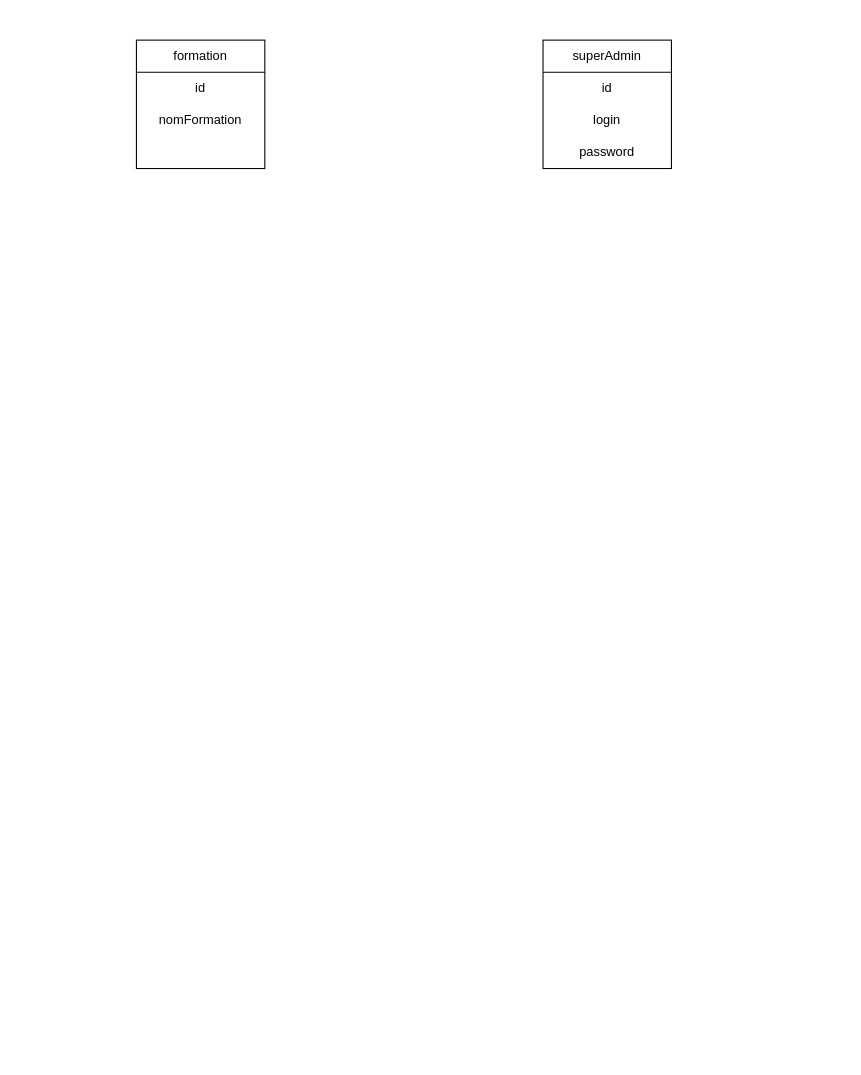
The draw.io diagram Diagramme sans nom.drawio in Lvmzoo-Dev/hackaton_gomycode, before the edit. Source tidied: cells renumbered, new cells numbered last; positions are measured from the earlier drawing's top-left corner, leaving out a move shared by most shapes. Both pictures are drawn from the tidied source at 107%, with x=0, y=0 at pixel (136, 40).
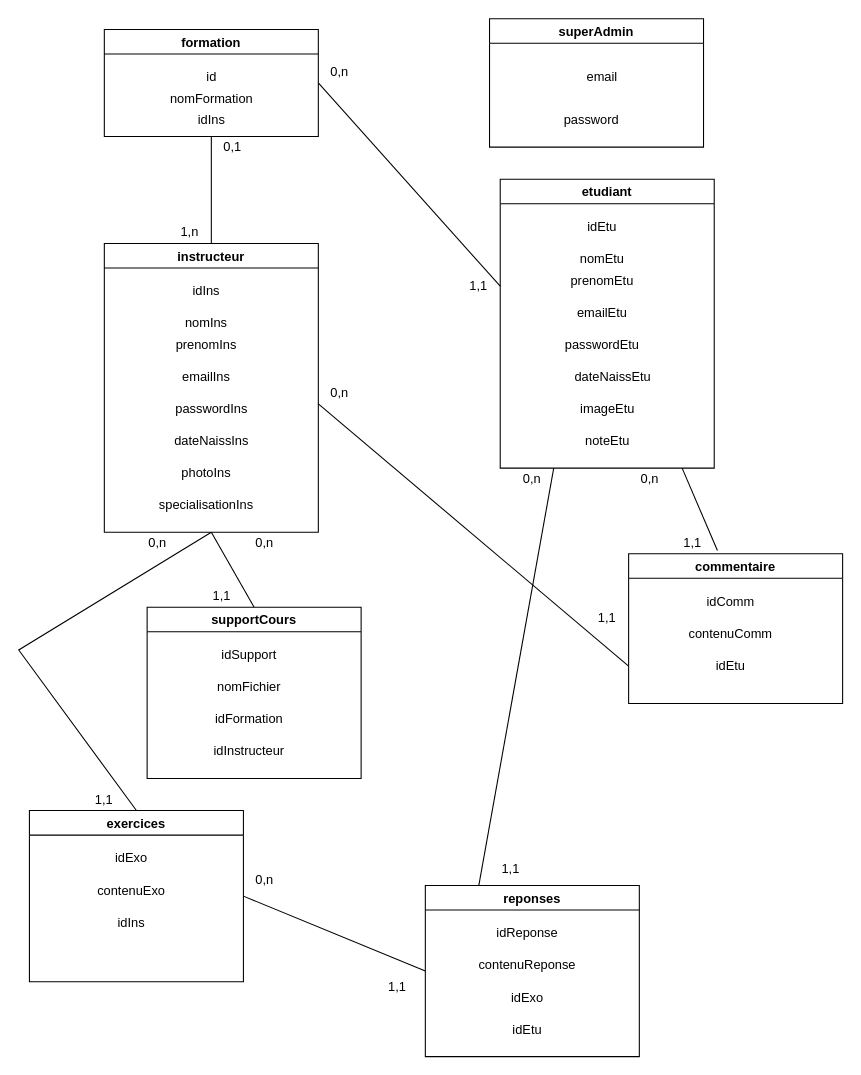
The same diagram, later.

Commit message:
Mettre à jour Diagramme.drawio

What changed in the source:
```diff
@@
-    <mxCell id="2" style="whiteSpace=wrap;html=1;" parent="1" vertex="1">
-      <mxGeometry width="120" height="120" as="geometry" />
-    </mxCell>
-    <mxCell id="3" value="formation" style="text;html=1;strokeColor=none;fillColor=none;align=center;verticalAlign=middle;whiteSpace=wrap;rounded=0;" parent="1" vertex="1">
-      <mxGeometry x="30" width="60" height="30" as="geometry" />
+    <mxCell id="3" value="formation" style="swimlane;" parent="1" vertex="1">
+      <mxGeometry x="-30" y="-10" width="200" height="100" as="geometry" />
     </mxCell>
-    <mxCell id="4" value="id" style="text;html=1;strokeColor=none;fillColor=none;align=center;verticalAlign=middle;whiteSpace=wrap;rounded=0;" parent="1" vertex="1">
-      <mxGeometry x="30" y="30" width="60" height="30" as="geometry" />
-    </mxCell>
-    <mxCell id="5" value="nomFormation" style="text;html=1;strokeColor=none;fillColor=none;align=center;verticalAlign=middle;whiteSpace=wrap;rounded=0;" parent="1" vertex="1">
-      <mxGeometry x="30" y="60" width="60" height="30" as="geometry" />
+    <mxCell id="5" value="nomFormation" style="text;html=1;align=center;verticalAlign=middle;strokeColor=none;fillColor=none;" parent="3" vertex="1">
+      <mxGeometry x="50" y="50" width="100" height="30" as="geometry" />
     </mxCell>
-    <mxCell id="6" style="endArrow=none;html=1;rounded=0;entryX=1;entryY=0.25;entryDx=0;entryDy=0;exitX=0;exitY=0.25;exitDx=0;exitDy=0;" parent="1" edge="1" source="2" target="2">
-      <mxGeometry relative="1" as="geometry" />
-    </mxCell>
-    <mxCell id="7" style="whiteSpace=wrap;html=1;" parent="1" vertex="1">
-      <mxGeometry x="380" width="120" height="120" as="geometry" />
-    </mxCell>
+    <mxCell id="13" value="id" style="text;html=1;align=center;verticalAlign=middle;strokeColor=none;fillColor=none;" parent="3" vertex="1">
+      <mxGeometry x="85" y="30" width="30" height="30" as="geometry" />
+    </mxCell>
+    <mxCell id="14" value="idIns" style="text;html=1;align=center;verticalAlign=middle;strokeColor=none;fillColor=none;" parent="3" vertex="1">
+      <mxGeometry x="75" y="70" width="50" height="30" as="geometry" />
+    </mxCell>
-    <mxCell id="8" value="superAdmin" style="text;html=1;strokeColor=none;fillColor=none;align=center;verticalAlign=middle;whiteSpace=wrap;rounded=0;" parent="1" vertex="1">
-      <mxGeometry x="410" width="60" height="30" as="geometry" />
+    <mxCell id="8" value="superAdmin" style="swimlane;" parent="1" vertex="1">
+      <mxGeometry x="330" y="-20" width="200" height="120" as="geometry" />
     </mxCell>
-    <mxCell id="9" value="login" style="text;html=1;strokeColor=none;fillColor=none;align=center;verticalAlign=middle;whiteSpace=wrap;rounded=0;" parent="1" vertex="1">
-      <mxGeometry x="410" y="60" width="60" height="30" as="geometry" />
-    </mxCell>
-    <mxCell id="10" value="id" style="text;html=1;strokeColor=none;fillColor=none;align=center;verticalAlign=middle;whiteSpace=wrap;rounded=0;" parent="1" vertex="1">
-      <mxGeometry x="410" y="30" width="60" height="30" as="geometry" />
-    </mxCell>
-    <mxCell id="11" style="endArrow=none;html=1;rounded=0;entryX=1;entryY=0.25;entryDx=0;entryDy=0;exitX=0;exitY=0.25;exitDx=0;exitDy=0;" parent="1" edge="1">
-      <mxGeometry relative="1" as="geometry">
-        <mxPoint x="380" y="30" as="sourcePoint" />
-        <mxPoint x="500" y="30" as="targetPoint" />
-      </mxGeometry>
-    </mxCell>
+    <mxCell id="15" value="email" style="text;html=1;align=center;verticalAlign=middle;strokeColor=none;fillColor=none;" parent="8" vertex="1">
+      <mxGeometry x="80" y="40" width="50" height="30" as="geometry" />
+    </mxCell>
-    <mxCell id="12" value="password" style="text;html=1;strokeColor=none;fillColor=none;align=center;verticalAlign=middle;whiteSpace=wrap;rounded=0;" parent="1" vertex="1">
-      <mxGeometry x="410" y="90" width="60" height="30" as="geometry" />
+    <mxCell id="12" value="password" style="text;html=1;align=center;verticalAlign=middle;strokeColor=none;fillColor=none;" parent="8" vertex="1">
+      <mxGeometry x="60" y="80" width="70" height="30" as="geometry" />
     </mxCell>
+    <mxCell id="16" value="instructeur" style="swimlane;" parent="1" vertex="1">
+      <mxGeometry x="-30" y="190" width="200" height="270" as="geometry" />
+    </mxCell>
+    <mxCell id="17" value="idIns" style="text;html=1;align=center;verticalAlign=middle;strokeColor=none;fillColor=none;" parent="16" vertex="1">
+      <mxGeometry x="70" y="30" width="50" height="30" as="geometry" />
+    </mxCell>
+    <mxCell id="18" value="nomIns" style="text;html=1;align=center;verticalAlign=middle;strokeColor=none;fillColor=none;" parent="16" vertex="1">
+      <mxGeometry x="65" y="60" width="60" height="30" as="geometry" />
+    </mxCell>
+    <mxCell id="19" value="prenomIns" style="text;html=1;align=center;verticalAlign=middle;strokeColor=none;fillColor=none;" parent="16" vertex="1">
+      <mxGeometry x="55" y="80" width="80" height="30" as="geometry" />
+    </mxCell>
+    <mxCell id="20" value="emailIns" style="text;html=1;align=center;verticalAlign=middle;strokeColor=none;fillColor=none;" parent="16" vertex="1">
+      <mxGeometry x="60" y="110" width="70" height="30" as="geometry" />
+    </mxCell>
+    <mxCell id="21" value="dateNaissIns" style="text;html=1;align=center;verticalAlign=middle;strokeColor=none;fillColor=none;" parent="16" vertex="1">
+      <mxGeometry x="55" y="170" width="90" height="30" as="geometry" />
+    </mxCell>
+    <mxCell id="22" value="photoIns" style="text;html=1;align=center;verticalAlign=middle;strokeColor=none;fillColor=none;" parent="16" vertex="1">
+      <mxGeometry x="60" y="200" width="70" height="30" as="geometry" />
+    </mxCell>
+    <mxCell id="23" value="specialisationIns" style="text;html=1;align=center;verticalAlign=middle;strokeColor=none;fillColor=none;" parent="16" vertex="1">
+      <mxGeometry x="40" y="230" width="110" height="30" as="geometry" />
+    </mxCell>
+    <mxCell id="24" value="passwordIns" style="text;html=1;align=center;verticalAlign=middle;strokeColor=none;fillColor=none;" parent="16" vertex="1">
+      <mxGeometry x="55" y="140" width="90" height="30" as="geometry" />
+    </mxCell>
+    <mxCell id="25" value="etudiant" style="swimlane;" parent="1" vertex="1">
+      <mxGeometry x="340" y="130" width="200" height="270" as="geometry" />
+    </mxCell>
+    <mxCell id="26" value="idEtu" style="text;html=1;align=center;verticalAlign=middle;strokeColor=none;fillColor=none;" parent="25" vertex="1">
+      <mxGeometry x="70" y="30" width="50" height="30" as="geometry" />
+    </mxCell>
+    <mxCell id="27" value="nomEtu" style="text;html=1;align=center;verticalAlign=middle;strokeColor=none;fillColor=none;" parent="25" vertex="1">
+      <mxGeometry x="65" y="60" width="60" height="30" as="geometry" />
+    </mxCell>
+    <mxCell id="28" value="prenomEtu" style="text;html=1;align=center;verticalAlign=middle;strokeColor=none;fillColor=none;" parent="25" vertex="1">
+      <mxGeometry x="55" y="80" width="80" height="30" as="geometry" />
+    </mxCell>
+    <mxCell id="29" value="emailEtu" style="text;html=1;align=center;verticalAlign=middle;strokeColor=none;fillColor=none;" parent="25" vertex="1">
+      <mxGeometry x="60" y="110" width="70" height="30" as="geometry" />
+    </mxCell>
+    <mxCell id="30" value="dateNaissEtu" style="text;html=1;align=center;verticalAlign=middle;strokeColor=none;fillColor=none;" parent="25" vertex="1">
+      <mxGeometry x="60" y="170" width="90" height="30" as="geometry" />
+    </mxCell>
+    <mxCell id="31" value="imageEtu" style="text;html=1;align=center;verticalAlign=middle;strokeColor=none;fillColor=none;" parent="25" vertex="1">
+      <mxGeometry x="65" y="200" width="70" height="30" as="geometry" />
+    </mxCell>
+    <mxCell id="32" value="noteEtu" style="text;html=1;align=center;verticalAlign=middle;strokeColor=none;fillColor=none;" parent="25" vertex="1">
+      <mxGeometry x="70" y="230" width="60" height="30" as="geometry" />
+    </mxCell>
+    <mxCell id="33" value="passwordEtu" style="text;html=1;align=center;verticalAlign=middle;strokeColor=none;fillColor=none;" parent="25" vertex="1">
+      <mxGeometry x="50" y="140" width="90" height="30" as="geometry" />
+    </mxCell>
+    <mxCell id="34" value="supportCours" style="swimlane;" parent="1" vertex="1">
+      <mxGeometry x="10" y="530" width="200" height="160" as="geometry" />
+    </mxCell>
+    <mxCell id="35" value="idSupport" style="text;html=1;align=center;verticalAlign=middle;strokeColor=none;fillColor=none;" parent="34" vertex="1">
+      <mxGeometry x="60" y="30" width="70" height="30" as="geometry" />
+    </mxCell>
+    <mxCell id="36" value="nomFichier" style="text;html=1;align=center;verticalAlign=middle;strokeColor=none;fillColor=none;" parent="34" vertex="1">
+      <mxGeometry x="55" y="60" width="80" height="30" as="geometry" />
+    </mxCell>
+    <mxCell id="37" value="idFormation" style="text;html=1;align=center;verticalAlign=middle;strokeColor=none;fillColor=none;" parent="34" vertex="1">
+      <mxGeometry x="50" y="90" width="90" height="30" as="geometry" />
+    </mxCell>
+    <mxCell id="38" value="idInstructeur" style="text;html=1;align=center;verticalAlign=middle;strokeColor=none;fillColor=none;" parent="34" vertex="1">
+      <mxGeometry x="50" y="120" width="90" height="30" as="geometry" />
+    </mxCell>
+    <mxCell id="39" value="commentaire" style="swimlane;" parent="1" vertex="1">
+      <mxGeometry x="460" y="480" width="200" height="140" as="geometry" />
+    </mxCell>
+    <mxCell id="40" value="idComm" style="text;html=1;align=center;verticalAlign=middle;strokeColor=none;fillColor=none;" parent="39" vertex="1">
+      <mxGeometry x="60" y="30" width="70" height="30" as="geometry" />
+    </mxCell>
+    <mxCell id="41" value="contenuComm" style="text;html=1;align=center;verticalAlign=middle;strokeColor=none;fillColor=none;" parent="39" vertex="1">
+      <mxGeometry x="45" y="60" width="100" height="30" as="geometry" />
+    </mxCell>
+    <mxCell id="42" value="idEtu" style="text;html=1;align=center;verticalAlign=middle;strokeColor=none;fillColor=none;" parent="39" vertex="1">
+      <mxGeometry x="70" y="90" width="50" height="30" as="geometry" />
+    </mxCell>
+    <mxCell id="43" value="exercices" style="swimlane;" parent="1" vertex="1">
+      <mxGeometry x="-100" y="720" width="200" height="160" as="geometry" />
+    </mxCell>
+    <mxCell id="44" value="idExo" style="text;html=1;align=center;verticalAlign=middle;strokeColor=none;fillColor=none;" parent="43" vertex="1">
+      <mxGeometry x="70" y="30" width="50" height="30" as="geometry" />
+    </mxCell>
+    <mxCell id="45" value="contenuExo" style="text;html=1;align=center;verticalAlign=middle;strokeColor=none;fillColor=none;" parent="43" vertex="1">
+      <mxGeometry x="50" y="60" width="90" height="30" as="geometry" />
+    </mxCell>
+    <mxCell id="46" value="idIns" style="text;html=1;align=center;verticalAlign=middle;strokeColor=none;fillColor=none;" parent="43" vertex="1">
+      <mxGeometry x="70" y="90" width="50" height="30" as="geometry" />
+    </mxCell>
+    <mxCell id="47" value="reponses" style="swimlane;" parent="1" vertex="1">
+      <mxGeometry x="270" y="790" width="200" height="160" as="geometry" />
+    </mxCell>
+    <mxCell id="48" value="idReponse" style="text;html=1;align=center;verticalAlign=middle;strokeColor=none;fillColor=none;" parent="47" vertex="1">
+      <mxGeometry x="55" y="30" width="80" height="30" as="geometry" />
+    </mxCell>
+    <mxCell id="49" value="contenuReponse" style="text;html=1;align=center;verticalAlign=middle;strokeColor=none;fillColor=none;" parent="47" vertex="1">
+      <mxGeometry x="40" y="60" width="110" height="30" as="geometry" />
+    </mxCell>
+    <mxCell id="50" value="idExo" style="text;html=1;align=center;verticalAlign=middle;strokeColor=none;fillColor=none;" parent="47" vertex="1">
+      <mxGeometry x="70" y="90" width="50" height="30" as="geometry" />
+    </mxCell>
+    <mxCell id="51" value="idEtu" style="text;html=1;align=center;verticalAlign=middle;strokeColor=none;fillColor=none;" parent="47" vertex="1">
+      <mxGeometry x="70" y="120" width="50" height="30" as="geometry" />
+    </mxCell>
+    <mxCell id="52" style="endArrow=none;html=1;rounded=0;entryX=0.5;entryY=1;entryDx=0;entryDy=0;exitX=0.5;exitY=0;exitDx=0;exitDy=0;" parent="1" edge="1" source="16" target="3">
+      <mxGeometry relative="1" as="geometry" />
+    </mxCell>
+    <mxCell id="53" value="0,1" style="text;html=1;strokeColor=none;fillColor=none;align=center;verticalAlign=middle;whiteSpace=wrap;rounded=0;" parent="1" vertex="1">
+      <mxGeometry x="70" y="90" width="40" height="20" as="geometry" />
+    </mxCell>
+    <mxCell id="54" value="1,n" style="text;html=1;strokeColor=none;fillColor=none;align=center;verticalAlign=middle;whiteSpace=wrap;rounded=0;" parent="1" vertex="1">
+      <mxGeometry x="30" y="170" width="40" height="20" as="geometry" />
+    </mxCell>
+    <mxCell id="55" style="endArrow=none;html=1;rounded=0;exitX=1;exitY=0.5;exitDx=0;exitDy=0;" parent="1" edge="1" source="3">
+      <mxGeometry relative="1" as="geometry">
+        <mxPoint x="340" y="230" as="targetPoint" />
+      </mxGeometry>
+    </mxCell>
+    <mxCell id="56" value="0,n" style="text;html=1;strokeColor=none;fillColor=none;align=center;verticalAlign=middle;whiteSpace=wrap;rounded=0;" parent="1" vertex="1">
+      <mxGeometry x="170" y="20" width="40" height="20" as="geometry" />
+    </mxCell>
+    <mxCell id="57" value="1,1" style="text;html=1;strokeColor=none;fillColor=none;align=center;verticalAlign=middle;whiteSpace=wrap;rounded=0;" parent="1" vertex="1">
+      <mxGeometry x="300" y="220" width="40" height="20" as="geometry" />
+    </mxCell>
+    <mxCell id="58" value="1,1" style="text;html=1;strokeColor=none;fillColor=none;align=center;verticalAlign=middle;whiteSpace=wrap;rounded=0;" parent="1" vertex="1">
+      <mxGeometry x="60" y="510" width="40" height="20" as="geometry" />
+    </mxCell>
+    <mxCell id="59" value="0,n" style="text;html=1;strokeColor=none;fillColor=none;align=center;verticalAlign=middle;whiteSpace=wrap;rounded=0;" parent="1" vertex="1">
+      <mxGeometry x="100" y="460" width="40" height="20" as="geometry" />
+    </mxCell>
+    <mxCell id="60" style="endArrow=none;html=1;rounded=0;entryX=0.5;entryY=1;entryDx=0;entryDy=0;exitX=0.5;exitY=0;exitDx=0;exitDy=0;" parent="1" edge="1" source="34" target="16">
+      <mxGeometry relative="1" as="geometry" />
+    </mxCell>
+    <mxCell id="61" style="endArrow=none;html=1;rounded=0;entryX=0.5;entryY=1;entryDx=0;entryDy=0;exitX=0.5;exitY=0;exitDx=0;exitDy=0;" parent="1" edge="1" source="43" target="16">
+      <mxGeometry relative="1" as="geometry">
+        <Array as="points">
+          <mxPoint x="-110" y="570" />
+        </Array>
+      </mxGeometry>
+    </mxCell>
+    <mxCell id="62" value="0,n" style="text;html=1;strokeColor=none;fillColor=none;align=center;verticalAlign=middle;whiteSpace=wrap;rounded=0;" parent="1" vertex="1">
+      <mxGeometry y="460" width="40" height="20" as="geometry" />
+    </mxCell>
+    <mxCell id="63" value="1,1" style="text;html=1;strokeColor=none;fillColor=none;align=center;verticalAlign=middle;whiteSpace=wrap;rounded=0;" parent="1" vertex="1">
+      <mxGeometry x="-50" y="700" width="40" height="20" as="geometry" />
+    </mxCell>
+    <mxCell id="64" style="endArrow=none;html=1;rounded=0;exitX=0.415;exitY=-0.021;exitDx=0;exitDy=0;exitPerimeter=0;" parent="1" edge="1" source="39">
+      <mxGeometry relative="1" as="geometry">
+        <mxPoint x="510" y="400" as="targetPoint" />
+      </mxGeometry>
+    </mxCell>
+    <mxCell id="65" value="0,n" style="text;html=1;strokeColor=none;fillColor=none;align=center;verticalAlign=middle;whiteSpace=wrap;rounded=0;" parent="1" vertex="1">
+      <mxGeometry x="460" y="400" width="40" height="20" as="geometry" />
+    </mxCell>
+    <mxCell id="66" value="1,1" style="text;html=1;strokeColor=none;fillColor=none;align=center;verticalAlign=middle;whiteSpace=wrap;rounded=0;" parent="1" vertex="1">
+      <mxGeometry x="500" y="460" width="40" height="20" as="geometry" />
+    </mxCell>
+    <mxCell id="67" style="endArrow=none;html=1;rounded=0;entryX=0;entryY=0.5;entryDx=0;entryDy=0;" parent="1" edge="1" target="47">
+      <mxGeometry relative="1" as="geometry">
+        <mxPoint x="100" y="800" as="sourcePoint" />
+      </mxGeometry>
+    </mxCell>
+    <mxCell id="68" value="0,n" style="text;html=1;strokeColor=none;fillColor=none;align=center;verticalAlign=middle;whiteSpace=wrap;rounded=0;" parent="1" vertex="1">
+      <mxGeometry x="90" y="770" width="60" height="30" as="geometry" />
+    </mxCell>
+    <mxCell id="69" value="1,1" style="text;html=1;strokeColor=none;fillColor=none;align=center;verticalAlign=middle;whiteSpace=wrap;rounded=0;" parent="1" vertex="1">
+      <mxGeometry x="214" y="870" width="60" height="30" as="geometry" />
+    </mxCell>
+    <mxCell id="70" style="endArrow=none;html=1;rounded=0;entryX=0.25;entryY=1;entryDx=0;entryDy=0;exitX=0.25;exitY=0;exitDx=0;exitDy=0;" parent="1" edge="1" source="47" target="25">
+      <mxGeometry relative="1" as="geometry" />
+    </mxCell>
+    <mxCell id="71" value="1,1" style="text;html=1;strokeColor=none;fillColor=none;align=center;verticalAlign=middle;whiteSpace=wrap;rounded=0;" parent="1" vertex="1">
+      <mxGeometry x="320" y="760" width="60" height="30" as="geometry" />
+    </mxCell>
+    <mxCell id="72" value="0,n" style="text;html=1;strokeColor=none;fillColor=none;align=center;verticalAlign=middle;whiteSpace=wrap;rounded=0;" parent="1" vertex="1">
+      <mxGeometry x="350" y="400" width="40" height="20" as="geometry" />
+    </mxCell>
+    <mxCell id="73" style="endArrow=none;html=1;rounded=0;entryX=0;entryY=0.75;entryDx=0;entryDy=0;" parent="1" edge="1" target="39">
+      <mxGeometry relative="1" as="geometry">
+        <mxPoint x="170" y="340" as="sourcePoint" />
+      </mxGeometry>
+    </mxCell>
+    <mxCell id="74" value="0,n" style="text;html=1;strokeColor=none;fillColor=none;align=center;verticalAlign=middle;whiteSpace=wrap;rounded=0;" parent="1" vertex="1">
+      <mxGeometry x="170" y="320" width="40" height="20" as="geometry" />
+    </mxCell>
+    <mxCell id="75" value="1,1" style="text;html=1;strokeColor=none;fillColor=none;align=center;verticalAlign=middle;whiteSpace=wrap;rounded=0;" parent="1" vertex="1">
+      <mxGeometry x="420" y="530" width="40" height="20" as="geometry" />
+    </mxCell>
```
